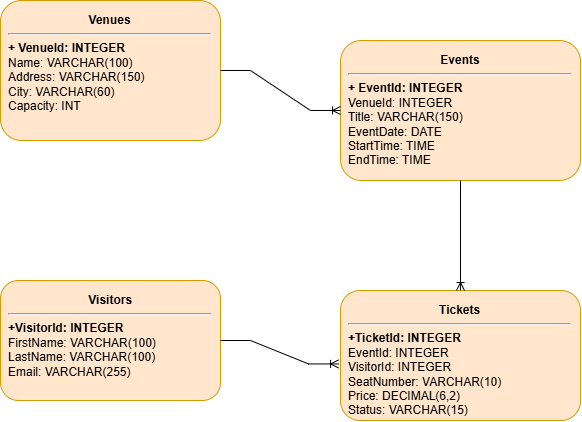
Earlier version of the draw.io export Homework_2_db_normalization/er_diagram.png (sivakesenia/inno-de-lab-aug-2026-Esenia-Sivak). Source tidied: cells renumbered, new cells last; positions are measured from the earlier drawing's top-left corner, leaving out a move shared by most shapes.
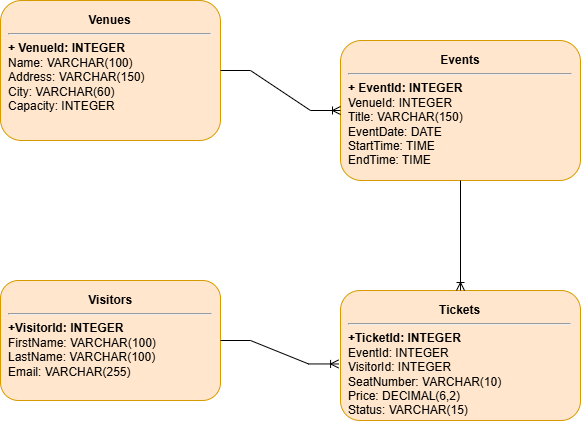
The same file after the commit.

Change to the diagram source:
```diff
@@ -2,7 +2,7 @@
   <root>
     <mxCell id="0" />
     <mxCell id="1" parent="0" />
-    <mxCell id="2" value="&lt;div style=&quot;text-align: center;&quot;&gt;&lt;b style=&quot;background-color: transparent; color: light-dark(rgb(0, 0, 0), rgb(255, 255, 255));&quot;&gt;Venues&lt;/b&gt;&lt;/div&gt;&lt;hr&gt;&lt;b style=&quot;color: light-dark(rgb(0, 0, 0), rgb(255, 102, 102));&quot;&gt;+ VenueId: INTEGER&lt;/b&gt;&lt;br&gt;Name: VARCHAR(100)&lt;br&gt;Address: VARCHAR(150)&amp;nbsp; &amp;nbsp; &amp;nbsp; &amp;nbsp; &amp;nbsp; &amp;nbsp; &amp;nbsp; &amp;nbsp; &amp;nbsp; &amp;nbsp;&amp;nbsp;&lt;br&gt;City: VARCHAR(60)&lt;br&gt;Capacity: INT" style="rounded=1;whiteSpace=wrap;html=1;align=left;verticalAlign=top;spacing=8;fontSize=12;fillColor=#ffe6cc;strokeColor=#d79b00;" parent="1" vertex="1">
+    <mxCell id="2" value="&lt;div style=&quot;text-align: center;&quot;&gt;&lt;b style=&quot;background-color: transparent; color: light-dark(rgb(0, 0, 0), rgb(255, 255, 255));&quot;&gt;Venues&lt;/b&gt;&lt;/div&gt;&lt;hr&gt;&lt;b style=&quot;color: light-dark(rgb(0, 0, 0), rgb(255, 102, 102));&quot;&gt;+ VenueId: INTEGER&lt;/b&gt;&lt;br&gt;Name: VARCHAR(100)&lt;br&gt;Address: VARCHAR(150)&amp;nbsp; &amp;nbsp; &amp;nbsp; &amp;nbsp; &amp;nbsp; &amp;nbsp; &amp;nbsp; &amp;nbsp; &amp;nbsp; &amp;nbsp;&amp;nbsp;&lt;br&gt;City: VARCHAR(60)&lt;br&gt;Capacity: INTEGER" style="rounded=1;whiteSpace=wrap;html=1;align=left;verticalAlign=top;spacing=8;fontSize=12;fillColor=#ffe6cc;strokeColor=#d79b00;" parent="1" vertex="1">
       <mxGeometry width="220" height="140" as="geometry" />
     </mxCell>
     <mxCell id="3" value="&lt;div style=&quot;text-align: center;&quot;&gt;&lt;b style=&quot;background-color: transparent; color: light-dark(rgb(0, 0, 0), rgb(255, 255, 255));&quot;&gt;Events&lt;/b&gt;&lt;/div&gt;&lt;hr&gt;&lt;b style=&quot;color: light-dark(rgb(0, 0, 0), rgb(255, 102, 102));&quot;&gt;+ EventId: INTEGER&amp;nbsp;&lt;/b&gt;&lt;br&gt;VenueId: INTEGER&amp;nbsp; &amp;nbsp; &amp;nbsp; &amp;nbsp; &amp;nbsp; &amp;nbsp; &amp;nbsp; &amp;nbsp; &amp;nbsp; &amp;nbsp; &amp;nbsp; &amp;nbsp; &amp;nbsp; &amp;nbsp; &amp;nbsp; &amp;nbsp; &amp;nbsp; &amp;nbsp;&amp;nbsp;&lt;br&gt;Title: VARCHAR(150)&lt;br&gt;EventDate: DATE&lt;br&gt;StartTime: TIME&lt;br&gt;EndTime: TIME" style="rounded=1;whiteSpace=wrap;html=1;align=left;verticalAlign=top;spacing=8;fontSize=12;fillColor=#ffe6cc;strokeColor=#d79b00;" parent="1" vertex="1">
```
